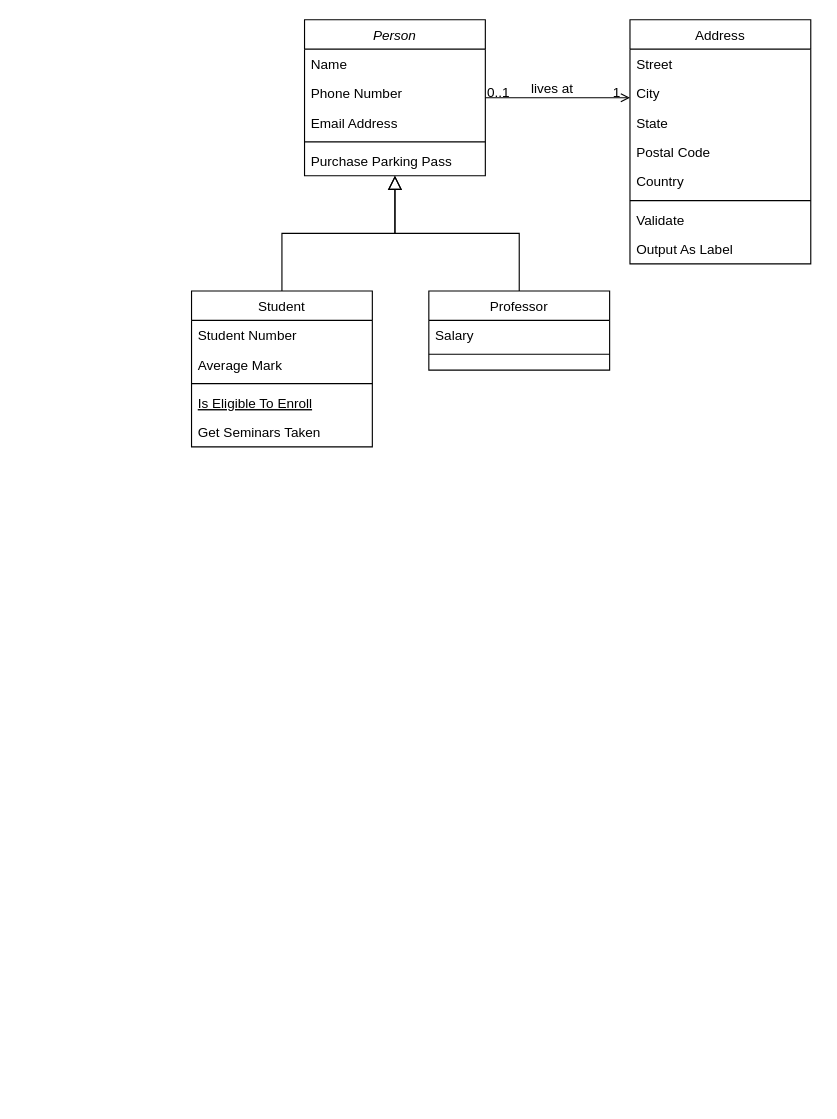
This is 제목 없는 다이어그램.drawio from Cracker7/RJT, a draw.io file, before an edit. Source tidied: cells renumbered, new cells numbered last; positions are measured from the earlier drawing's top-left corner, leaving out a move shared by most shapes. Both pictures are drawn from the tidied source at 113%, with x=0, y=0 at pixel (191, 19).
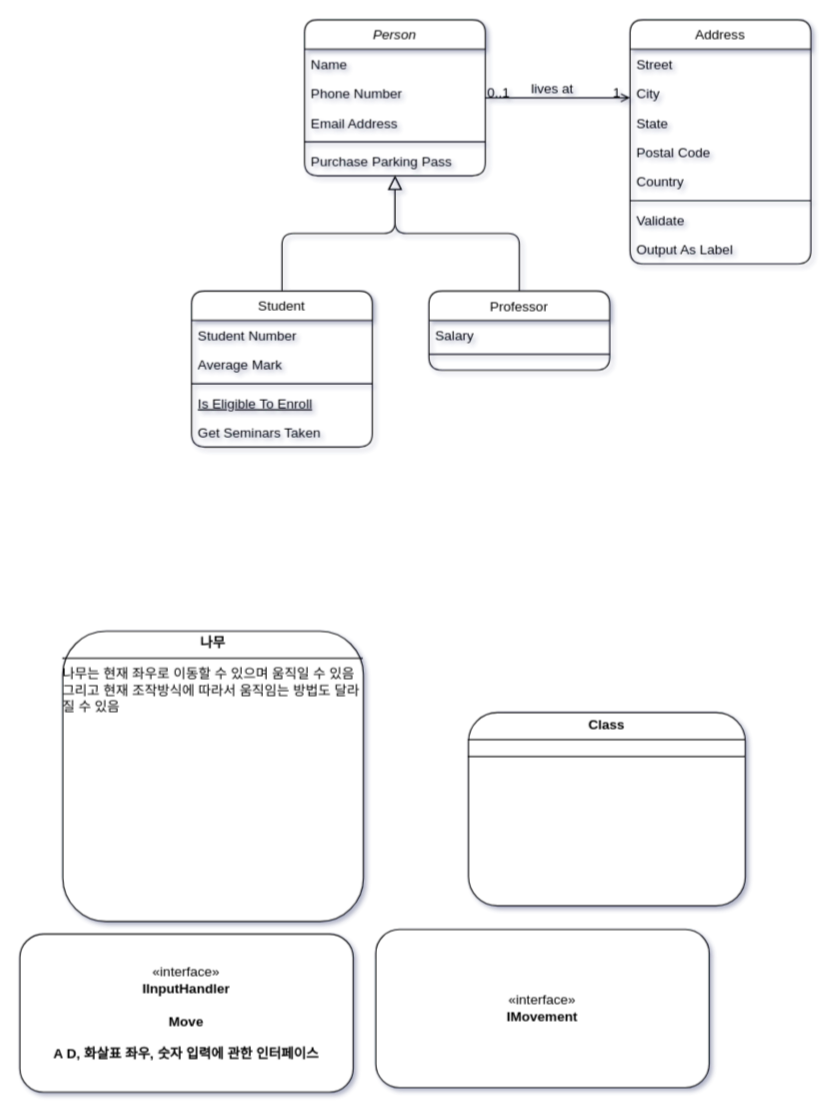
The same page after the edit.

Commit message:
제목 없는 다이어그램.drawio 업데이트

Diff of the diagram source:
```diff
@@
-<mxGraphModel>
+<mxGraphModel shadow="1">
@@
-    <mxCell id="2" value="Person" style="swimlane;fontStyle=2;align=center;verticalAlign=top;horizontal=1;startSize=26;rounded=0;shadow=0;strokeWidth=1;" parent="1" vertex="1">
+    <mxCell id="2" value="Person" style="swimlane;fontStyle=2;align=center;verticalAlign=top;horizontal=1;startSize=26;rounded=1;shadow=0;strokeWidth=1;labelBackgroundColor=none;" parent="1" vertex="1">
       <mxGeometry x="100" width="160" height="138" as="geometry" />
     </mxCell>
-    <mxCell id="3" value="Name" style="text;align=left;verticalAlign=top;spacingLeft=4;spacingRight=4;overflow=hidden;" parent="2" vertex="1">
+    <mxCell id="3" value="Name" style="text;align=left;verticalAlign=top;spacingLeft=4;spacingRight=4;overflow=hidden;labelBackgroundColor=none;rounded=1;" parent="2" vertex="1">
       <mxGeometry y="26" width="160" height="26" as="geometry" />
     </mxCell>
-    <mxCell id="4" value="Phone Number" style="text;align=left;verticalAlign=top;spacingLeft=4;spacingRight=4;overflow=hidden;rounded=0;shadow=0;html=0;" parent="2" vertex="1">
+    <mxCell id="4" value="Phone Number" style="text;align=left;verticalAlign=top;spacingLeft=4;spacingRight=4;overflow=hidden;rounded=1;shadow=0;html=0;labelBackgroundColor=none;" parent="2" vertex="1">
       <mxGeometry y="52" width="160" height="26" as="geometry" />
     </mxCell>
-    <mxCell id="5" value="Email Address" style="text;align=left;verticalAlign=top;spacingLeft=4;spacingRight=4;overflow=hidden;rounded=0;shadow=0;html=0;" parent="2" vertex="1">
+    <mxCell id="5" value="Email Address" style="text;align=left;verticalAlign=top;spacingLeft=4;spacingRight=4;overflow=hidden;rounded=1;shadow=0;html=0;labelBackgroundColor=none;" parent="2" vertex="1">
       <mxGeometry y="78" width="160" height="26" as="geometry" />
     </mxCell>
-    <mxCell id="6" style="line;html=1;strokeWidth=1;align=left;verticalAlign=middle;spacingTop=-1;spacingLeft=3;spacingRight=3;labelPosition=right;" parent="2" vertex="1">
+    <mxCell id="6" style="line;html=1;strokeWidth=1;align=left;verticalAlign=middle;spacingTop=-1;spacingLeft=3;spacingRight=3;labelPosition=right;labelBackgroundColor=none;rounded=1;" parent="2" vertex="1">
       <mxGeometry y="104" width="160" height="8" as="geometry" />
     </mxCell>
-    <mxCell id="7" value="Purchase Parking Pass" style="text;align=left;verticalAlign=top;spacingLeft=4;spacingRight=4;overflow=hidden;" parent="2" vertex="1">
+    <mxCell id="7" value="Purchase Parking Pass" style="text;align=left;verticalAlign=top;spacingLeft=4;spacingRight=4;overflow=hidden;labelBackgroundColor=none;rounded=1;" parent="2" vertex="1">
       <mxGeometry y="112" width="160" height="26" as="geometry" />
     </mxCell>
-    <mxCell id="8" value="Student" style="swimlane;fontStyle=0;align=center;verticalAlign=top;horizontal=1;startSize=26;rounded=0;shadow=0;strokeWidth=1;" parent="1" vertex="1">
+    <mxCell id="8" value="Student" style="swimlane;fontStyle=0;align=center;verticalAlign=top;horizontal=1;startSize=26;rounded=1;shadow=0;strokeWidth=1;labelBackgroundColor=none;" parent="1" vertex="1">
       <mxGeometry y="240" width="160" height="138" as="geometry" />
     </mxCell>
-    <mxCell id="9" value="Student Number" style="text;align=left;verticalAlign=top;spacingLeft=4;spacingRight=4;overflow=hidden;" parent="8" vertex="1">
+    <mxCell id="9" value="Student Number" style="text;align=left;verticalAlign=top;spacingLeft=4;spacingRight=4;overflow=hidden;labelBackgroundColor=none;rounded=1;" parent="8" vertex="1">
       <mxGeometry y="26" width="160" height="26" as="geometry" />
     </mxCell>
-    <mxCell id="10" value="Average Mark" style="text;align=left;verticalAlign=top;spacingLeft=4;spacingRight=4;overflow=hidden;rounded=0;shadow=0;html=0;" parent="8" vertex="1">
+    <mxCell id="10" value="Average Mark" style="text;align=left;verticalAlign=top;spacingLeft=4;spacingRight=4;overflow=hidden;rounded=1;shadow=0;html=0;labelBackgroundColor=none;" parent="8" vertex="1">
       <mxGeometry y="52" width="160" height="26" as="geometry" />
     </mxCell>
-    <mxCell id="11" style="line;html=1;strokeWidth=1;align=left;verticalAlign=middle;spacingTop=-1;spacingLeft=3;spacingRight=3;labelPosition=right;" parent="8" vertex="1">
+    <mxCell id="11" style="line;html=1;strokeWidth=1;align=left;verticalAlign=middle;spacingTop=-1;spacingLeft=3;spacingRight=3;labelPosition=right;labelBackgroundColor=none;rounded=1;" parent="8" vertex="1">
       <mxGeometry y="78" width="160" height="8" as="geometry" />
     </mxCell>
-    <mxCell id="12" value="Is Eligible To Enroll" style="text;align=left;verticalAlign=top;spacingLeft=4;spacingRight=4;overflow=hidden;fontStyle=4;" parent="8" vertex="1">
+    <mxCell id="12" value="Is Eligible To Enroll" style="text;align=left;verticalAlign=top;spacingLeft=4;spacingRight=4;overflow=hidden;fontStyle=4;labelBackgroundColor=none;rounded=1;" parent="8" vertex="1">
       <mxGeometry y="86" width="160" height="26" as="geometry" />
     </mxCell>
-    <mxCell id="13" value="Get Seminars Taken" style="text;align=left;verticalAlign=top;spacingLeft=4;spacingRight=4;overflow=hidden;" parent="8" vertex="1">
+    <mxCell id="13" value="Get Seminars Taken" style="text;align=left;verticalAlign=top;spacingLeft=4;spacingRight=4;overflow=hidden;labelBackgroundColor=none;rounded=1;" parent="8" vertex="1">
       <mxGeometry y="112" width="160" height="26" as="geometry" />
     </mxCell>
-    <mxCell id="14" style="endArrow=block;endSize=10;endFill=0;shadow=0;strokeWidth=1;rounded=0;curved=0;edgeStyle=elbowEdgeStyle;elbow=vertical;" parent="1" edge="1" source="8" target="2">
+    <mxCell id="14" style="endArrow=block;endSize=10;endFill=0;shadow=0;strokeWidth=1;rounded=1;curved=0;edgeStyle=elbowEdgeStyle;elbow=vertical;labelBackgroundColor=none;fontColor=default;" parent="1" edge="1" source="8" target="2">
       <mxGeometry relative="1" as="geometry" />
     </mxCell>
-    <mxCell id="15" value="Professor" style="swimlane;fontStyle=0;align=center;verticalAlign=top;horizontal=1;startSize=26;rounded=0;shadow=0;strokeWidth=1;" parent="1" vertex="1">
+    <mxCell id="15" value="Professor" style="swimlane;fontStyle=0;align=center;verticalAlign=top;horizontal=1;startSize=26;rounded=1;shadow=0;strokeWidth=1;labelBackgroundColor=none;" parent="1" vertex="1">
       <mxGeometry x="210" y="240" width="160" height="70" as="geometry" />
     </mxCell>
-    <mxCell id="16" value="Salary" style="text;align=left;verticalAlign=top;spacingLeft=4;spacingRight=4;overflow=hidden;" parent="15" vertex="1">
+    <mxCell id="16" value="Salary" style="text;align=left;verticalAlign=top;spacingLeft=4;spacingRight=4;overflow=hidden;labelBackgroundColor=none;rounded=1;" parent="15" vertex="1">
       <mxGeometry y="26" width="160" height="26" as="geometry" />
     </mxCell>
-    <mxCell id="17" style="line;html=1;strokeWidth=1;align=left;verticalAlign=middle;spacingTop=-1;spacingLeft=3;spacingRight=3;labelPosition=right;" parent="15" vertex="1">
+    <mxCell id="17" style="line;html=1;strokeWidth=1;align=left;verticalAlign=middle;spacingTop=-1;spacingLeft=3;spacingRight=3;labelPosition=right;labelBackgroundColor=none;rounded=1;" parent="15" vertex="1">
       <mxGeometry y="52" width="160" height="8" as="geometry" />
     </mxCell>
-    <mxCell id="18" style="endArrow=block;endSize=10;endFill=0;shadow=0;strokeWidth=1;rounded=0;curved=0;edgeStyle=elbowEdgeStyle;elbow=vertical;" parent="1" edge="1" source="15" target="2">
+    <mxCell id="18" style="endArrow=block;endSize=10;endFill=0;shadow=0;strokeWidth=1;rounded=1;curved=0;edgeStyle=elbowEdgeStyle;elbow=vertical;labelBackgroundColor=none;fontColor=default;" parent="1" edge="1" source="15" target="2">
       <mxGeometry relative="1" as="geometry" />
     </mxCell>
-    <mxCell id="19" value="Address" style="swimlane;fontStyle=0;align=center;verticalAlign=top;horizontal=1;startSize=26;rounded=0;shadow=0;strokeWidth=1;" parent="1" vertex="1">
+    <mxCell id="19" value="Address" style="swimlane;fontStyle=0;align=center;verticalAlign=top;horizontal=1;startSize=26;rounded=1;shadow=0;strokeWidth=1;labelBackgroundColor=none;" parent="1" vertex="1">
       <mxGeometry x="388" width="160" height="216" as="geometry" />
     </mxCell>
-    <mxCell id="20" value="Street" style="text;align=left;verticalAlign=top;spacingLeft=4;spacingRight=4;overflow=hidden;" parent="19" vertex="1">
+    <mxCell id="20" value="Street" style="text;align=left;verticalAlign=top;spacingLeft=4;spacingRight=4;overflow=hidden;labelBackgroundColor=none;rounded=1;" parent="19" vertex="1">
       <mxGeometry y="26" width="160" height="26" as="geometry" />
     </mxCell>
-    <mxCell id="21" value="City" style="text;align=left;verticalAlign=top;spacingLeft=4;spacingRight=4;overflow=hidden;rounded=0;shadow=0;html=0;" parent="19" vertex="1">
+    <mxCell id="21" value="City" style="text;align=left;verticalAlign=top;spacingLeft=4;spacingRight=4;overflow=hidden;rounded=1;shadow=0;html=0;labelBackgroundColor=none;" parent="19" vertex="1">
       <mxGeometry y="52" width="160" height="26" as="geometry" />
     </mxCell>
-    <mxCell id="22" value="State" style="text;align=left;verticalAlign=top;spacingLeft=4;spacingRight=4;overflow=hidden;rounded=0;shadow=0;html=0;" parent="19" vertex="1">
+    <mxCell id="22" value="State" style="text;align=left;verticalAlign=top;spacingLeft=4;spacingRight=4;overflow=hidden;rounded=1;shadow=0;html=0;labelBackgroundColor=none;" parent="19" vertex="1">
       <mxGeometry y="78" width="160" height="26" as="geometry" />
     </mxCell>
-    <mxCell id="23" value="Postal Code" style="text;align=left;verticalAlign=top;spacingLeft=4;spacingRight=4;overflow=hidden;rounded=0;shadow=0;html=0;" parent="19" vertex="1">
+    <mxCell id="23" value="Postal Code" style="text;align=left;verticalAlign=top;spacingLeft=4;spacingRight=4;overflow=hidden;rounded=1;shadow=0;html=0;labelBackgroundColor=none;" parent="19" vertex="1">
       <mxGeometry y="104" width="160" height="26" as="geometry" />
     </mxCell>
-    <mxCell id="24" value="Country" style="text;align=left;verticalAlign=top;spacingLeft=4;spacingRight=4;overflow=hidden;rounded=0;shadow=0;html=0;" parent="19" vertex="1">
+    <mxCell id="24" value="Country" style="text;align=left;verticalAlign=top;spacingLeft=4;spacingRight=4;overflow=hidden;rounded=1;shadow=0;html=0;labelBackgroundColor=none;" parent="19" vertex="1">
       <mxGeometry y="130" width="160" height="26" as="geometry" />
     </mxCell>
-    <mxCell id="25" style="line;html=1;strokeWidth=1;align=left;verticalAlign=middle;spacingTop=-1;spacingLeft=3;spacingRight=3;labelPosition=right;" parent="19" vertex="1">
+    <mxCell id="25" style="line;html=1;strokeWidth=1;align=left;verticalAlign=middle;spacingTop=-1;spacingLeft=3;spacingRight=3;labelPosition=right;labelBackgroundColor=none;rounded=1;" parent="19" vertex="1">
       <mxGeometry y="156" width="160" height="8" as="geometry" />
     </mxCell>
-    <mxCell id="26" value="Validate" style="text;align=left;verticalAlign=top;spacingLeft=4;spacingRight=4;overflow=hidden;" parent="19" vertex="1">
+    <mxCell id="26" value="Validate" style="text;align=left;verticalAlign=top;spacingLeft=4;spacingRight=4;overflow=hidden;labelBackgroundColor=none;rounded=1;" parent="19" vertex="1">
       <mxGeometry y="164" width="160" height="26" as="geometry" />
     </mxCell>
-    <mxCell id="27" value="Output As Label" style="text;align=left;verticalAlign=top;spacingLeft=4;spacingRight=4;overflow=hidden;" parent="19" vertex="1">
+    <mxCell id="27" value="Output As Label" style="text;align=left;verticalAlign=top;spacingLeft=4;spacingRight=4;overflow=hidden;labelBackgroundColor=none;rounded=1;" parent="19" vertex="1">
       <mxGeometry y="190" width="160" height="26" as="geometry" />
     </mxCell>
-    <mxCell id="28" style="endArrow=open;shadow=0;strokeWidth=1;rounded=0;curved=0;endFill=1;edgeStyle=elbowEdgeStyle;elbow=vertical;" parent="1" edge="1" source="2" target="19">
+    <mxCell id="28" style="endArrow=open;shadow=0;strokeWidth=1;rounded=1;curved=0;endFill=1;edgeStyle=elbowEdgeStyle;elbow=vertical;labelBackgroundColor=none;fontColor=default;" parent="1" edge="1" source="2" target="19">
       <mxGeometry x="0.5" y="41" relative="1" as="geometry">
         <mxPoint x="-40" y="32" as="offset" />
       </mxGeometry>
     </mxCell>
-    <mxCell id="29" value="0..1" style="align=left;verticalAlign=bottom;labelBackgroundColor=none;fontSize=12;" parent="28" vertex="1">
+    <mxCell id="29" value="0..1" style="align=left;verticalAlign=bottom;labelBackgroundColor=none;fontSize=12;rounded=1;" parent="28" vertex="1">
       <mxGeometry x="-1" relative="1" as="geometry">
         <mxPoint y="4" as="offset" />
       </mxGeometry>
     </mxCell>
-    <mxCell id="30" value="1" style="align=right;verticalAlign=bottom;labelBackgroundColor=none;fontSize=12;" parent="28" vertex="1">
+    <mxCell id="30" value="1" style="align=right;verticalAlign=bottom;labelBackgroundColor=none;fontSize=12;rounded=1;" parent="28" vertex="1">
       <mxGeometry x="1" relative="1" as="geometry">
         <mxPoint x="-7" y="4" as="offset" />
       </mxGeometry>
     </mxCell>
-    <mxCell id="31" value="lives at" style="text;html=1;align=center;verticalAlign=middle;labelBackgroundColor=none;rounded=0;shadow=0;strokeWidth=1;fontSize=12;" parent="28" vertex="1">
+    <mxCell id="31" value="lives at" style="text;html=1;align=center;verticalAlign=middle;labelBackgroundColor=none;rounded=1;shadow=0;strokeWidth=1;fontSize=12;" parent="28" vertex="1">
       <mxGeometry x="0.5" y="49" relative="1" as="geometry">
         <mxPoint x="-38" y="40" as="offset" />
       </mxGeometry>
     </mxCell>
+    <mxCell id="32" value="&lt;p style=&quot;margin:0px;margin-top:4px;text-align:center;&quot;&gt;&lt;b&gt;나무&lt;/b&gt;&lt;/p&gt;&lt;hr size=&quot;1&quot; style=&quot;border-style:solid;&quot;&gt;&lt;div style=&quot;height:2px;&quot;&gt;나무는 현재 좌우로 이동할 수 있으며 움직일 수 있음 그리고 현재 조작방식에 따라서 움직임는 방법도 달라질 수 있음&amp;nbsp;&lt;/div&gt;&lt;div style=&quot;height:2px;&quot;&gt;&lt;br&gt;&lt;/div&gt;" style="verticalAlign=top;align=left;overflow=fill;html=1;whiteSpace=wrap;labelBackgroundColor=none;rounded=1;" parent="1" vertex="1">
+      <mxGeometry x="-114" y="541" width="266" height="257" as="geometry" />
+    </mxCell>
+    <mxCell id="33" value="&lt;p style=&quot;margin:0px;margin-top:4px;text-align:center;&quot;&gt;&lt;b&gt;Class&lt;/b&gt;&lt;/p&gt;&lt;hr size=&quot;1&quot; style=&quot;border-style:solid;&quot;/&gt;&lt;div style=&quot;height:2px;&quot;&gt;&lt;/div&gt;&lt;hr size=&quot;1&quot; style=&quot;border-style:solid;&quot;/&gt;&lt;div style=&quot;height:2px;&quot;&gt;&lt;/div&gt;" style="verticalAlign=top;align=left;overflow=fill;html=1;whiteSpace=wrap;labelBackgroundColor=none;rounded=1;" parent="1" vertex="1">
+      <mxGeometry x="245" y="613" width="245" height="171" as="geometry" />
+    </mxCell>
+    <mxCell id="34" value="«interface»&lt;br&gt;&lt;b&gt;IInputHandler&lt;/b&gt;&lt;div&gt;&lt;b&gt;&lt;br&gt;&lt;/b&gt;&lt;/div&gt;&lt;div&gt;&lt;b&gt;Move&lt;/b&gt;&lt;/div&gt;&lt;div&gt;&lt;b&gt;&lt;br&gt;&lt;/b&gt;&lt;/div&gt;&lt;div&gt;&lt;b&gt;A D, 화살표 좌우, 숫자 입력에 관한 인터페이스&lt;/b&gt;&lt;/div&gt;" style="html=1;whiteSpace=wrap;labelBackgroundColor=none;rounded=1;" parent="1" vertex="1">
+      <mxGeometry x="-152" y="809" width="295" height="140" as="geometry" />
+    </mxCell>
+    <mxCell id="35" value="«interface»&lt;br&gt;&lt;b&gt;IMovement&lt;/b&gt;" style="html=1;whiteSpace=wrap;labelBackgroundColor=none;rounded=1;" parent="1" vertex="1">
+      <mxGeometry x="163" y="805" width="295" height="140" as="geometry" />
+    </mxCell>
```
